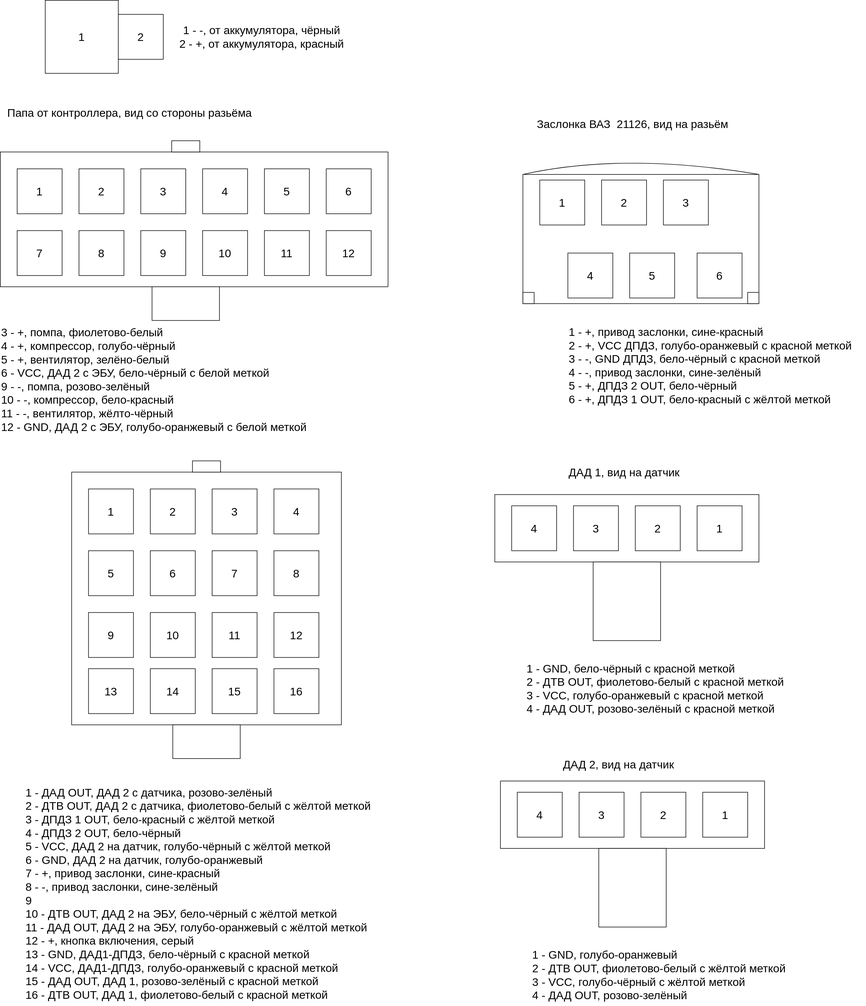
Before: connector_scheme.drawio.svg, a diagram exported from draw.io (kak-tus/compressor). Source tidied: cells renumbered, new cells last; positions are measured from the earlier drawing's top-left corner, leaving out a move shared by most shapes.
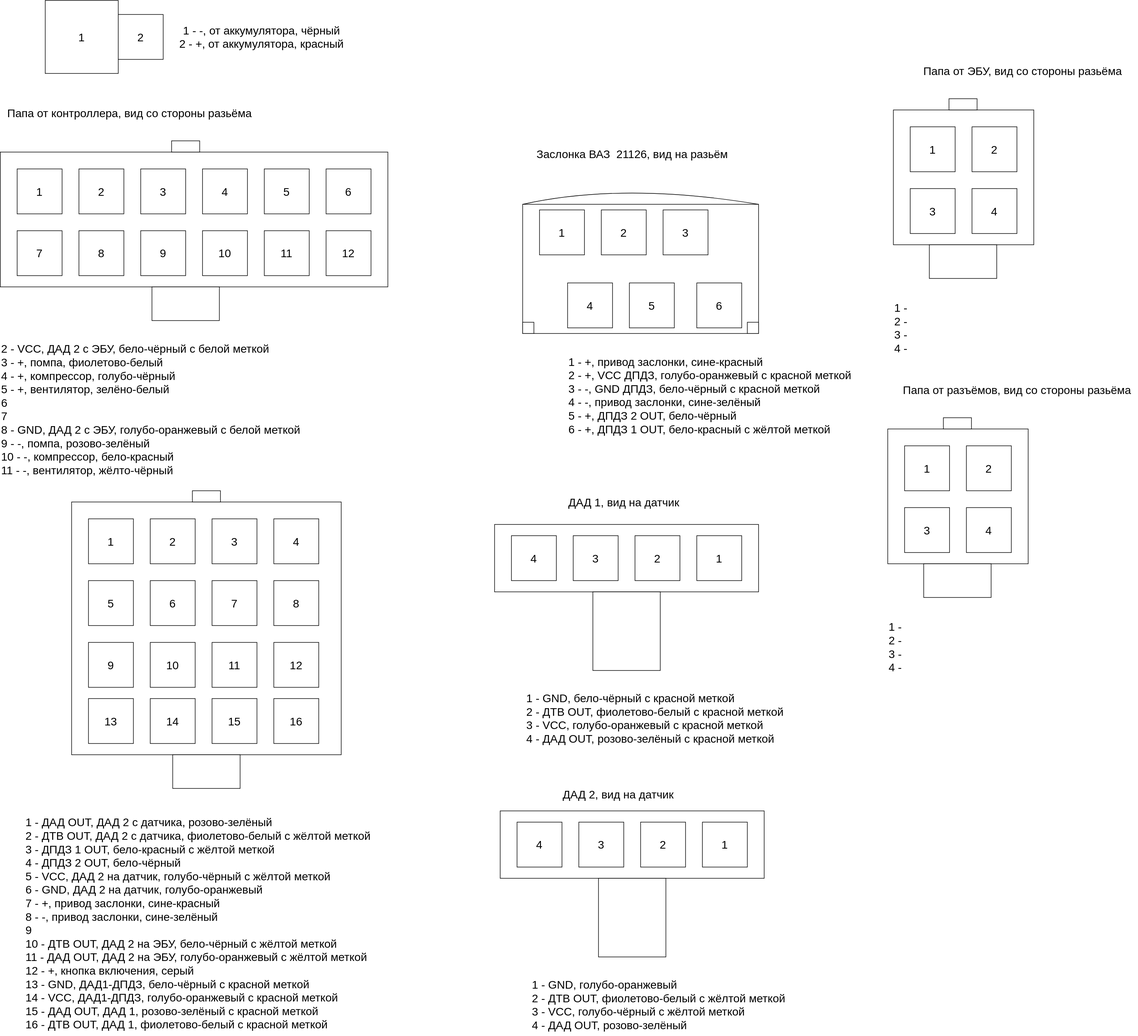
Above is the later version.

Diff of the diagram source:
```diff
@@ -13,55 +13,55 @@
       <mxGeometry x="930" y="310" width="420" height="230" as="geometry" />
     </mxCell>
     <mxCell id="4" style="rounded=0;whiteSpace=wrap;html=1;fontSize=20;" parent="1" vertex="1">
-      <mxGeometry y="270" width="690" height="240" as="geometry" />
+      <mxGeometry y="217" width="690" height="240" as="geometry" />
     </mxCell>
     <mxCell id="5" style="rounded=0;whiteSpace=wrap;html=1;fontSize=20;" parent="1" vertex="1">
-      <mxGeometry x="270" y="510" width="120" height="60" as="geometry" />
+      <mxGeometry x="270" y="457" width="120" height="60" as="geometry" />
     </mxCell>
     <mxCell id="6" style="rounded=0;whiteSpace=wrap;html=1;fontSize=20;" parent="1" vertex="1">
-      <mxGeometry x="305" y="250" width="50" height="20" as="geometry" />
+      <mxGeometry x="305" y="197" width="50" height="20" as="geometry" />
     </mxCell>
     <mxCell id="7" value="7" style="whiteSpace=wrap;html=1;fontSize=20;" parent="1" vertex="1">
-      <mxGeometry x="30" y="410" width="80" height="80" as="geometry" />
+      <mxGeometry x="30" y="357" width="80" height="80" as="geometry" />
     </mxCell>
     <mxCell id="8" value="8" style="whiteSpace=wrap;html=1;fontSize=20;" parent="1" vertex="1">
-      <mxGeometry x="140" y="410" width="80" height="80" as="geometry" />
+      <mxGeometry x="140" y="357" width="80" height="80" as="geometry" />
     </mxCell>
     <mxCell id="9" value="9" style="whiteSpace=wrap;html=1;fontSize=20;" parent="1" vertex="1">
-      <mxGeometry x="250" y="410" width="80" height="80" as="geometry" />
+      <mxGeometry x="250" y="357" width="80" height="80" as="geometry" />
     </mxCell>
     <mxCell id="10" value="10" style="whiteSpace=wrap;html=1;fontSize=20;" parent="1" vertex="1">
-      <mxGeometry x="360" y="410" width="80" height="80" as="geometry" />
+      <mxGeometry x="360" y="357" width="80" height="80" as="geometry" />
     </mxCell>
     <mxCell id="11" value="11" style="whiteSpace=wrap;html=1;fontSize=20;" parent="1" vertex="1">
-      <mxGeometry x="470" y="410" width="80" height="80" as="geometry" />
+      <mxGeometry x="470" y="357" width="80" height="80" as="geometry" />
     </mxCell>
     <mxCell id="12" value="12" style="whiteSpace=wrap;html=1;fontSize=20;" parent="1" vertex="1">
-      <mxGeometry x="580" y="410" width="80" height="80" as="geometry" />
+      <mxGeometry x="580" y="357" width="80" height="80" as="geometry" />
     </mxCell>
     <mxCell id="13" value="1" style="whiteSpace=wrap;html=1;fontSize=20;" parent="1" vertex="1">
-      <mxGeometry x="30" y="300" width="80" height="80" as="geometry" />
+      <mxGeometry x="30" y="247" width="80" height="80" as="geometry" />
     </mxCell>
     <mxCell id="14" value="2" style="whiteSpace=wrap;html=1;fontSize=20;" parent="1" vertex="1">
-      <mxGeometry x="140" y="300" width="80" height="80" as="geometry" />
+      <mxGeometry x="140" y="247" width="80" height="80" as="geometry" />
     </mxCell>
     <mxCell id="15" value="3" style="whiteSpace=wrap;html=1;fontSize=20;" parent="1" vertex="1">
-      <mxGeometry x="250" y="300" width="80" height="80" as="geometry" />
+      <mxGeometry x="250" y="247" width="80" height="80" as="geometry" />
     </mxCell>
     <mxCell id="16" value="4" style="whiteSpace=wrap;html=1;fontSize=20;" parent="1" vertex="1">
-      <mxGeometry x="360" y="300" width="80" height="80" as="geometry" />
+      <mxGeometry x="360" y="247" width="80" height="80" as="geometry" />
     </mxCell>
     <mxCell id="17" value="5" style="whiteSpace=wrap;html=1;fontSize=20;" parent="1" vertex="1">
-      <mxGeometry x="470" y="300" width="80" height="80" as="geometry" />
+      <mxGeometry x="470" y="247" width="80" height="80" as="geometry" />
     </mxCell>
     <mxCell id="18" value="6" style="whiteSpace=wrap;html=1;fontSize=20;" parent="1" vertex="1">
-      <mxGeometry x="580" y="300" width="80" height="80" as="geometry" />
+      <mxGeometry x="580" y="247" width="80" height="80" as="geometry" />
     </mxCell>
     <mxCell id="19" value="Папа от контроллера, вид со стороны разьёма" style="text;html=1;align=center;verticalAlign=middle;strokeColor=none;fillColor=none;fontSize=20;" parent="1" vertex="1">
-      <mxGeometry y="180" width="460" height="40" as="geometry" />
+      <mxGeometry y="127" width="460" height="40" as="geometry" />
     </mxCell>
-    <mxCell id="20" value="3 - +, помпа,&amp;nbsp;фиолетово-белый&lt;br&gt;4 - +, компрессор, голубо-чёрный&lt;br&gt;5 - +, вентилятор, зелёно-белый&lt;br&gt;6 - VCC, ДАД 2 с ЭБУ, бело-чёрный с белой меткой&lt;br&gt;9 - -, помпа, розово-зелёный&lt;br&gt;10 - -, компрессор, бело-красный&lt;br&gt;11 - -, вентилятор, жёлто-чёрный&lt;br&gt;12 - GND, ДАД 2 с ЭБУ, голубо-оранжевый с белой меткой" style="text;html=1;align=left;verticalAlign=middle;strokeColor=none;fillColor=none;fontSize=20;" parent="1" vertex="1">
-      <mxGeometry y="570" width="570" height="210" as="geometry" />
+    <mxCell id="20" value="2 - VCC, ДАД 2 с ЭБУ, бело-чёрный с белой меткой&lt;br&gt;3 - +, помпа,&amp;nbsp;фиолетово-белый&lt;br&gt;4 - +, компрессор, голубо-чёрный&lt;br&gt;5 - +, вентилятор, зелёно-белый&lt;br&gt;6&lt;br&gt;7&lt;br&gt;8 - GND, ДАД 2 с ЭБУ, голубо-оранжевый с белой меткой&lt;br&gt;9 - -, помпа, розово-зелёный&lt;br&gt;10 - -, компрессор, бело-красный&lt;br&gt;11 - -, вентилятор, жёлто-чёрный" style="text;html=1;align=left;verticalAlign=middle;strokeColor=none;fillColor=none;fontSize=20;" parent="1" vertex="1">
+      <mxGeometry y="550" width="560" height="250" as="geometry" />
     </mxCell>
     <mxCell id="21" style="rounded=0;whiteSpace=wrap;html=1;fontSize=20;" parent="1" vertex="1">
       <mxGeometry x="127" y="840" width="480" height="450" as="geometry" />
@@ -121,13 +121,13 @@
       <mxGeometry x="157" y="1190" width="80" height="80" as="geometry" />
     </mxCell>
     <mxCell id="40" value="1" style="whiteSpace=wrap;html=1;fontSize=20;" parent="1" vertex="1">
-      <mxGeometry x="80" width="130" height="130" as="geometry" />
+      <mxGeometry x="80" y="-53" width="130" height="130" as="geometry" />
     </mxCell>
     <mxCell id="41" value="2" style="whiteSpace=wrap;html=1;fontSize=20;" parent="1" vertex="1">
-      <mxGeometry x="210" y="25" width="80" height="80" as="geometry" />
+      <mxGeometry x="210" y="-28" width="80" height="80" as="geometry" />
     </mxCell>
     <mxCell id="42" value="1 - -, от аккумулятора, чёрный&lt;br&gt;2 - +, от аккумулятора, красный" style="text;html=1;align=center;verticalAlign=middle;strokeColor=none;fillColor=none;fontSize=20;" parent="1" vertex="1">
-      <mxGeometry x="305" y="35" width="320" height="60" as="geometry" />
+      <mxGeometry x="305" y="-18" width="320" height="60" as="geometry" />
     </mxCell>
     <mxCell id="43" value="4" style="whiteSpace=wrap;html=1;fontSize=20;" parent="1" vertex="1">
       <mxGeometry x="1010" y="450" width="80" height="80" as="geometry" />
@@ -210,5 +210,59 @@
     <mxCell id="69" value="&lt;div style=&quot;text-align: left; font-size: 20px;&quot;&gt;&lt;span style=&quot;background-color: initial; font-size: 20px;&quot;&gt;1 - ДАД OUT, ДАД 2 с датчика, розово-зелёный&lt;/span&gt;&lt;/div&gt;&lt;div style=&quot;text-align: left; font-size: 20px;&quot;&gt;&lt;span style=&quot;background-color: initial; font-size: 20px;&quot;&gt;2 - ДТВ OUT, ДАД 2 с датчика, фиолетово-белый с жёлтой меткой&lt;/span&gt;&lt;/div&gt;&lt;div style=&quot;text-align: left; font-size: 20px;&quot;&gt;&lt;span style=&quot;background-color: initial; font-size: 20px;&quot;&gt;3 - ДПДЗ 1 OUT, бело-красный с жёлтой меткой&lt;/span&gt;&lt;/div&gt;&lt;div style=&quot;text-align: left; font-size: 20px;&quot;&gt;&lt;span style=&quot;background-color: initial; font-size: 20px;&quot;&gt;4 - ДПДЗ 2 OUT, бело-чёрный&lt;/span&gt;&lt;/div&gt;&lt;div style=&quot;text-align: left; font-size: 20px;&quot;&gt;&lt;span style=&quot;background-color: initial; font-size: 20px;&quot;&gt;5 - VCC, ДАД 2 на датчик, голубо-чёрный с жёлтой меткой&lt;/span&gt;&lt;/div&gt;&lt;div style=&quot;text-align: left; font-size: 20px;&quot;&gt;&lt;span style=&quot;background-color: initial; font-size: 20px;&quot;&gt;6 - GND, ДАД 2 на датчик, голубо-оранжевый&lt;/span&gt;&lt;/div&gt;&lt;div style=&quot;text-align: left; font-size: 20px;&quot;&gt;&lt;span style=&quot;background-color: initial; font-size: 20px;&quot;&gt;7 - +, привод заслонки, сине-красный&lt;/span&gt;&lt;/div&gt;&lt;div style=&quot;text-align: left; font-size: 20px;&quot;&gt;&lt;span style=&quot;background-color: initial; font-size: 20px;&quot;&gt;8 - -, привод заслонки, сине-зелёный&lt;/span&gt;&lt;/div&gt;&lt;div style=&quot;text-align: left; font-size: 20px;&quot;&gt;&lt;span style=&quot;background-color: initial; font-size: 20px;&quot;&gt;9&lt;/span&gt;&lt;/div&gt;&lt;div style=&quot;text-align: left; font-size: 20px;&quot;&gt;&lt;span style=&quot;background-color: initial; font-size: 20px;&quot;&gt;10 - ДТВ OUT, ДАД 2 на ЭБУ, бело-чёрный с жёлтой меткой&lt;/span&gt;&lt;/div&gt;&lt;div style=&quot;text-align: left; font-size: 20px;&quot;&gt;&lt;span style=&quot;background-color: initial; font-size: 20px;&quot;&gt;11 - ДАД OUT, ДАД 2 на ЭБУ, голубо-оранжевый с жёлтой меткой&lt;/span&gt;&lt;/div&gt;&lt;div style=&quot;text-align: left; font-size: 20px;&quot;&gt;&lt;span style=&quot;background-color: initial; font-size: 20px;&quot;&gt;12 - +, кнопка включения, серый&lt;/span&gt;&lt;/div&gt;&lt;div style=&quot;text-align: left; font-size: 20px;&quot;&gt;&lt;span style=&quot;background-color: initial; font-size: 20px;&quot;&gt;13 - GND, ДАД1-ДПДЗ, бело-чёрный с красной меткой&lt;/span&gt;&lt;/div&gt;&lt;div style=&quot;text-align: left; font-size: 20px;&quot;&gt;&lt;span style=&quot;background-color: initial; font-size: 20px;&quot;&gt;14 - VCC, ДАД1-ДПДЗ, голубо-оранжевый с красной меткой&lt;/span&gt;&lt;/div&gt;&lt;div style=&quot;text-align: left; font-size: 20px;&quot;&gt;&lt;span style=&quot;background-color: initial; font-size: 20px;&quot;&gt;15 - ДАД OUT, ДАД 1, розово-зелёный с красной меткой&lt;/span&gt;&lt;/div&gt;&lt;div style=&quot;text-align: left; font-size: 20px;&quot;&gt;&lt;span style=&quot;background-color: initial; font-size: 20px;&quot;&gt;16 - ДТВ OUT, ДАД 1, фиолетово-белый с красной меткой&lt;/span&gt;&lt;/div&gt;" style="text;html=1;align=center;verticalAlign=middle;strokeColor=none;fillColor=none;fontSize=20;" parent="1" vertex="1">
       <mxGeometry x="32" y="1390" width="640" height="400" as="geometry" />
     </mxCell>
+    <mxCell id="70" style="rounded=0;whiteSpace=wrap;html=1;fontSize=20;" parent="1" vertex="1">
+      <mxGeometry x="1590" y="142" width="250" height="240" as="geometry" />
+    </mxCell>
+    <mxCell id="71" style="rounded=0;whiteSpace=wrap;html=1;fontSize=20;" parent="1" vertex="1">
+      <mxGeometry x="1654" y="382" width="120" height="60" as="geometry" />
+    </mxCell>
+    <mxCell id="72" style="rounded=0;whiteSpace=wrap;html=1;fontSize=20;" parent="1" vertex="1">
+      <mxGeometry x="1689" y="122" width="50" height="20" as="geometry" />
+    </mxCell>
+    <mxCell id="73" value="3" style="whiteSpace=wrap;html=1;fontSize=20;" parent="1" vertex="1">
+      <mxGeometry x="1620" y="282" width="80" height="80" as="geometry" />
+    </mxCell>
+    <mxCell id="74" value="4" style="whiteSpace=wrap;html=1;fontSize=20;" parent="1" vertex="1">
+      <mxGeometry x="1730" y="282" width="80" height="80" as="geometry" />
+    </mxCell>
+    <mxCell id="75" value="1" style="whiteSpace=wrap;html=1;fontSize=20;" parent="1" vertex="1">
+      <mxGeometry x="1620" y="172" width="80" height="80" as="geometry" />
+    </mxCell>
+    <mxCell id="76" value="2" style="whiteSpace=wrap;html=1;fontSize=20;" parent="1" vertex="1">
+      <mxGeometry x="1730" y="172" width="80" height="80" as="geometry" />
+    </mxCell>
+    <mxCell id="77" value="Папа от ЭБУ, вид со стороны разьёма" style="text;html=1;align=center;verticalAlign=middle;strokeColor=none;fillColor=none;fontSize=20;" parent="1" vertex="1">
+      <mxGeometry x="1630" y="52" width="380" height="40" as="geometry" />
+    </mxCell>
+    <mxCell id="78" value="1 -&lt;br&gt;2 -&lt;br&gt;3 -&lt;br&gt;4 -" style="text;html=1;align=left;verticalAlign=middle;strokeColor=none;fillColor=none;fontSize=20;" parent="1" vertex="1">
+      <mxGeometry x="1590" y="475" width="50" height="110" as="geometry" />
+    </mxCell>
+    <mxCell id="79" style="rounded=0;whiteSpace=wrap;html=1;fontSize=20;" parent="1" vertex="1">
+      <mxGeometry x="1580" y="710" width="250" height="240" as="geometry" />
+    </mxCell>
+    <mxCell id="80" style="rounded=0;whiteSpace=wrap;html=1;fontSize=20;" parent="1" vertex="1">
+      <mxGeometry x="1644" y="950" width="120" height="60" as="geometry" />
+    </mxCell>
+    <mxCell id="81" style="rounded=0;whiteSpace=wrap;html=1;fontSize=20;" parent="1" vertex="1">
+      <mxGeometry x="1679" y="690" width="50" height="20" as="geometry" />
+    </mxCell>
+    <mxCell id="82" value="3" style="whiteSpace=wrap;html=1;fontSize=20;" parent="1" vertex="1">
+      <mxGeometry x="1610" y="850" width="80" height="80" as="geometry" />
+    </mxCell>
+    <mxCell id="83" value="4" style="whiteSpace=wrap;html=1;fontSize=20;" parent="1" vertex="1">
+      <mxGeometry x="1720" y="850" width="80" height="80" as="geometry" />
+    </mxCell>
+    <mxCell id="84" value="1" style="whiteSpace=wrap;html=1;fontSize=20;" parent="1" vertex="1">
+      <mxGeometry x="1610" y="740" width="80" height="80" as="geometry" />
+    </mxCell>
+    <mxCell id="85" value="2" style="whiteSpace=wrap;html=1;fontSize=20;" parent="1" vertex="1">
+      <mxGeometry x="1720" y="740" width="80" height="80" as="geometry" />
+    </mxCell>
+    <mxCell id="86" value="Папа от разъёмов, вид со стороны разьёма" style="text;html=1;align=center;verticalAlign=middle;strokeColor=none;fillColor=none;fontSize=20;" parent="1" vertex="1">
+      <mxGeometry x="1595" y="620" width="430" height="40" as="geometry" />
+    </mxCell>
+    <mxCell id="87" value="1 -&lt;br&gt;2 -&lt;br&gt;3 -&lt;br&gt;4 -" style="text;html=1;align=left;verticalAlign=middle;strokeColor=none;fillColor=none;fontSize=20;" parent="1" vertex="1">
+      <mxGeometry x="1580" y="1043" width="50" height="110" as="geometry" />
+    </mxCell>
   </root>
 </mxGraphModel>
```
